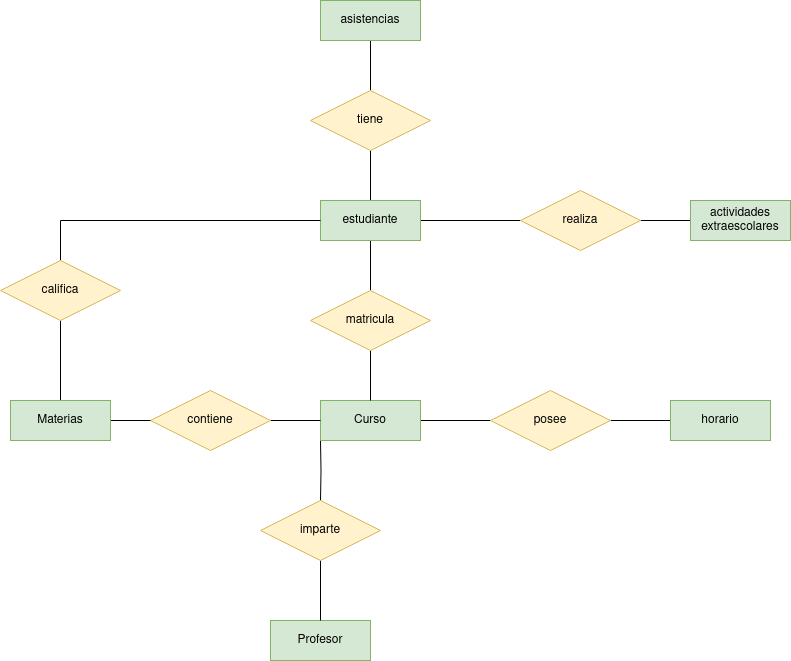
The draw.io diagram Unidad-1/Tareas/Tarea-8/tarea8.drawio.png in jdrguez/2-Daw, before a commit. Source tidied: cells renumbered, new cells last; positions are measured from the earlier drawing's top-left corner, leaving out a move shared by most shapes.
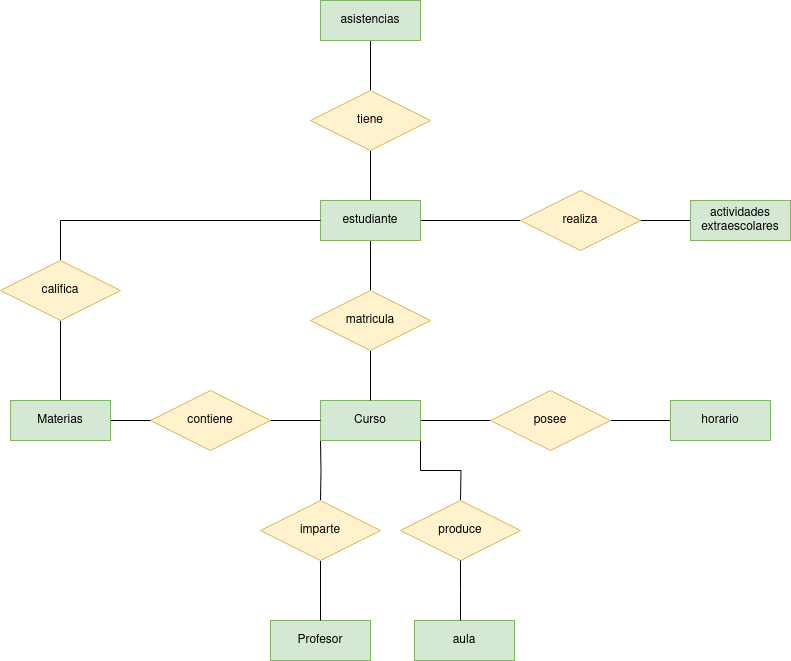
The same diagram one commit later.

The edit, as a diff of the source:
```diff
@@ -10,6 +10,11 @@
         <mxPoint x="320" y="440" as="sourcePoint" />
       </mxGeometry>
     </mxCell>
+    <mxCell id="30" style="edgeStyle=orthogonalEdgeStyle;rounded=0;jettySize=auto;html=1;exitX=1;exitY=1;exitDx=0;exitDy=0;endArrow=none;endFill=0;" parent="1" edge="1" source="4">
+      <mxGeometry relative="1" as="geometry">
+        <mxPoint x="460" y="500" as="targetPoint" />
+      </mxGeometry>
+    </mxCell>
     <mxCell id="4" value="&lt;div&gt;Curso&lt;/div&gt;" style="whiteSpace=wrap;html=1;align=center;fillColor=#d5e8d4;strokeColor=#82b366;" parent="1" vertex="1">
       <mxGeometry x="320" y="400" width="100" height="40" as="geometry" />
     </mxCell>
@@ -88,5 +93,16 @@
     <mxCell id="29" value="&lt;div&gt;actividades&lt;/div&gt;&lt;div&gt;extraescolares&lt;br&gt;&lt;/div&gt;" style="whiteSpace=wrap;html=1;align=center;fillColor=#d5e8d4;strokeColor=#82b366;" parent="1" vertex="1">
       <mxGeometry x="690" y="200" width="100" height="40" as="geometry" />
     </mxCell>
+    <mxCell id="31" value="produce" style="shape=rhombus;perimeter=rhombusPerimeter;whiteSpace=wrap;html=1;align=center;fillColor=#fff2cc;strokeColor=#d6b656;" parent="1" vertex="1">
+      <mxGeometry x="400" y="500" width="120" height="60" as="geometry" />
+    </mxCell>
+    <mxCell id="32" value="aula" style="whiteSpace=wrap;html=1;align=center;fillColor=#d5e8d4;strokeColor=#82b366;" parent="1" vertex="1">
+      <mxGeometry x="414" y="620" width="100" height="40" as="geometry" />
+    </mxCell>
+    <mxCell id="33" style="edgeStyle=orthogonalEdgeStyle;rounded=0;jettySize=auto;html=1;exitX=0.5;exitY=1;exitDx=0;exitDy=0;endArrow=none;endFill=0;" parent="1" edge="1" source="31">
+      <mxGeometry relative="1" as="geometry">
+        <mxPoint x="460" y="620" as="targetPoint" />
+      </mxGeometry>
+    </mxCell>
   </root>
 </mxGraphModel>
```
